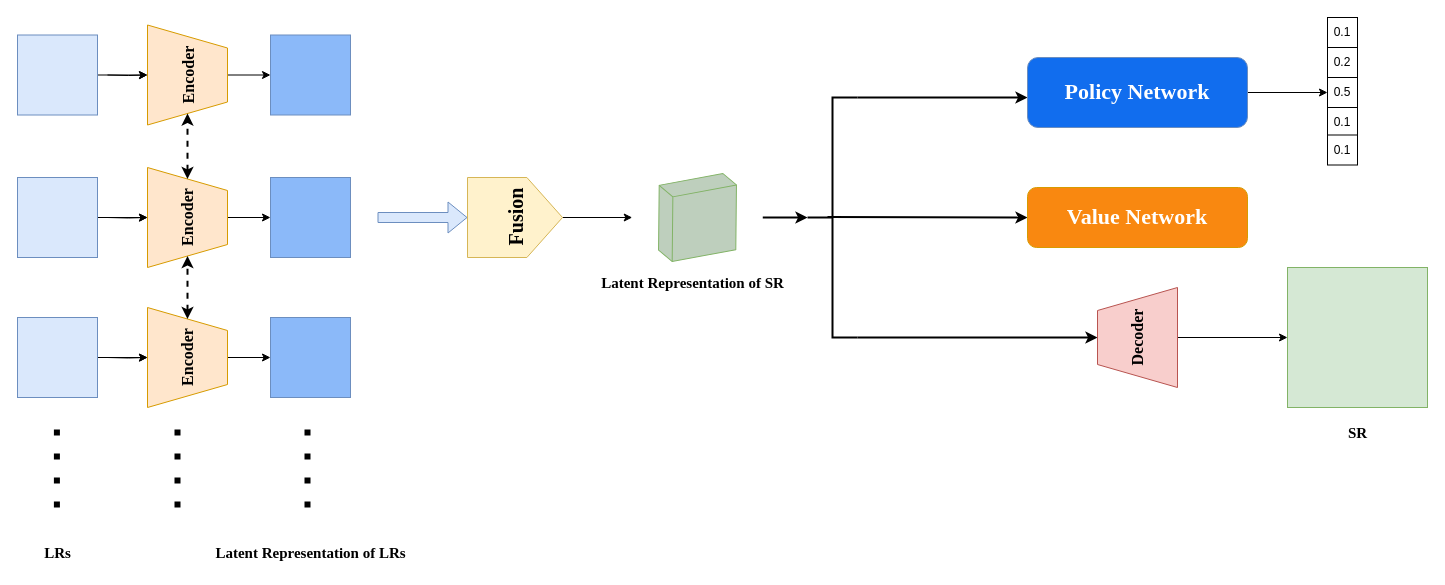
Before: RLforSR.drawio in yangzheng-yz/DBSR, a draw.io diagram. Source tidied: cells renumbered, new cells numbered last; positions are measured from the earlier drawing's top-left corner, leaving out a move shared by most shapes. Both pictures are drawn from the tidied source at 100%, with x=0, y=0 at pixel (17, 17).
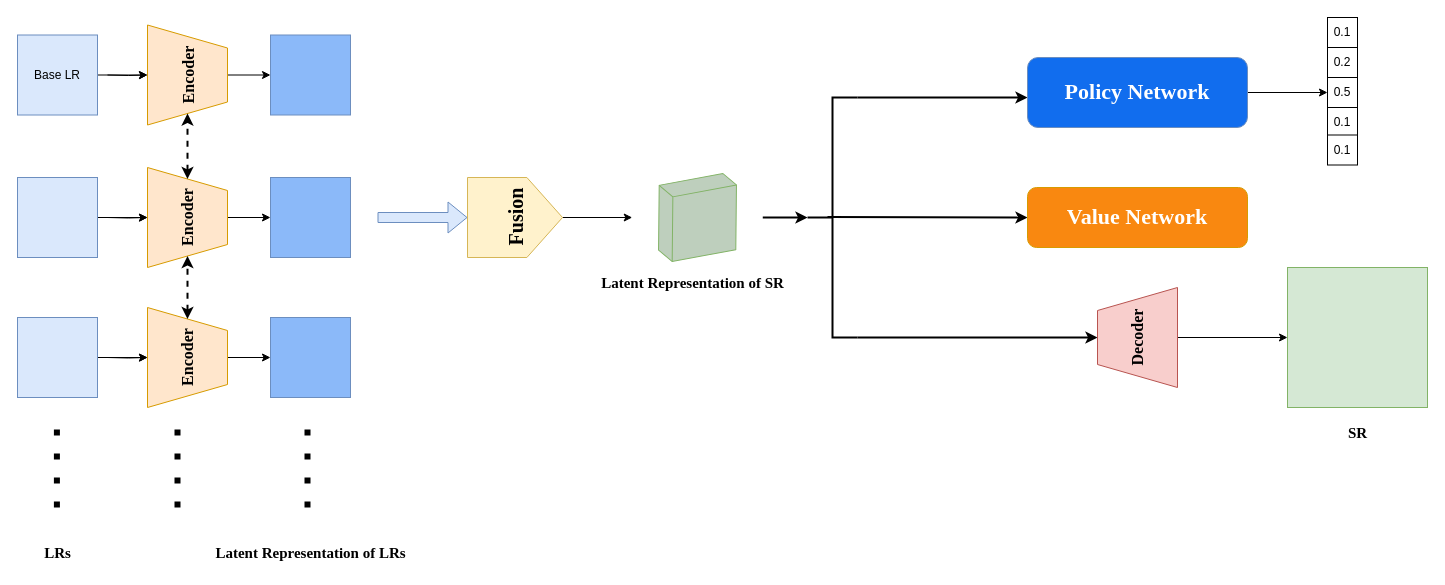
Above is the later version.

What changed in the source:
```diff
@@
-    <mxCell id="6" style="whiteSpace=wrap;html=1;fillColor=#dae8fc;strokeColor=#6c8ebf;" parent="1" vertex="1">
+    <mxCell id="6" value="Base LR" style="whiteSpace=wrap;html=1;fillColor=#dae8fc;strokeColor=#6c8ebf;" parent="1" vertex="1">
       <mxGeometry y="17.5" width="80" height="80" as="geometry" />
     </mxCell>
```
